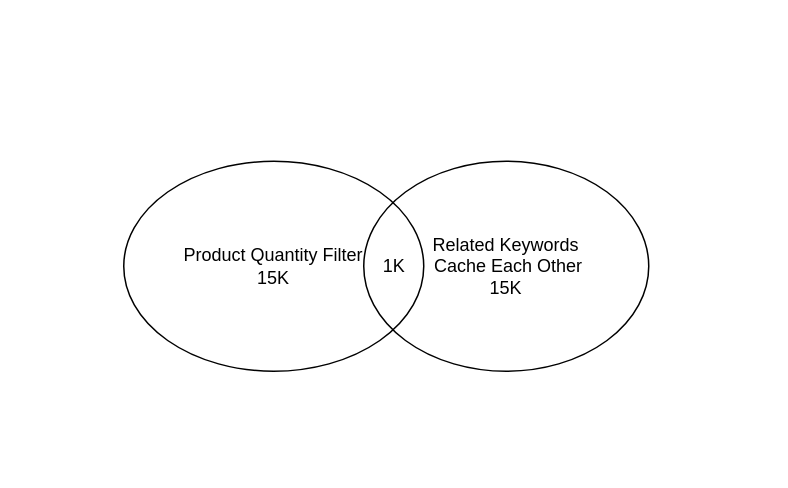
The draw.io diagram drawio/semrush.drawio in VisableHarry/seo-drawio, before the edit. Source tidied: cells renumbered, new cells numbered last; positions are measured from the earlier drawing's top-left corner, leaving out a move shared by most shapes. Both pictures are drawn from the tidied source at 150%, with x=0, y=0 at pixel (123, 160).
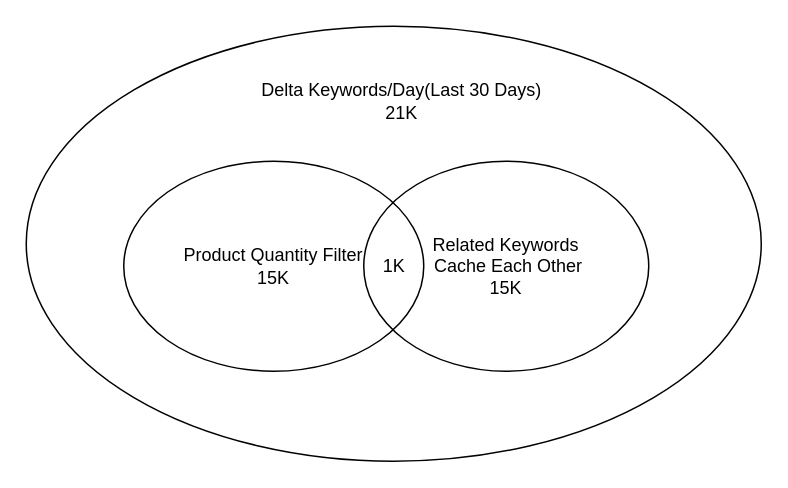
The same diagram, later.

The edit, as a diff of the source:
```diff
@@
 <mxGraphModel>
   <root>
     <mxCell id="0" />
     <mxCell id="1" parent="0" />
+    <mxCell id="5" style="ellipse;whiteSpace=wrap;html=1;fillColor=none;" parent="1" vertex="1">
+      <mxGeometry x="-65" y="-90" width="490" height="290" as="geometry" />
+    </mxCell>
     <mxCell id="2" value="&lt;div&gt;Product Quantity Filter&lt;/div&gt;15K" style="ellipse;whiteSpace=wrap;html=1;fillColor=none;" parent="1" vertex="1">
       <mxGeometry width="200" height="140" as="geometry" />
     </mxCell>
     <mxCell id="3" value="&lt;div&gt;Related Keywords&lt;/div&gt;&lt;div&gt;&amp;nbsp;Cache Each Other&lt;/div&gt;15K" style="ellipse;whiteSpace=wrap;html=1;fillColor=none;" parent="1" vertex="1">
       <mxGeometry x="160" width="190" height="140" as="geometry" />
     </mxCell>
     <mxCell id="4" value="1K" style="text;html=1;align=center;verticalAlign=middle;strokeColor=none;fillColor=none;" parent="1" vertex="1">
       <mxGeometry x="160" y="55" width="40" height="30" as="geometry" />
     </mxCell>
+    <mxCell id="6" value="Delta Keywords/Day(Last 30 Days&lt;span style=&quot;background-color: initial;&quot;&gt;)&lt;/span&gt;&lt;div&gt;&lt;span style=&quot;background-color: initial;&quot;&gt;21K&lt;/span&gt;&lt;/div&gt;" style="text;html=1;align=center;verticalAlign=middle;strokeColor=none;fillColor=none;" parent="1" vertex="1">
+      <mxGeometry x="80" y="-60" width="210" height="40" as="geometry" />
+    </mxCell>
   </root>
 </mxGraphModel>
```
